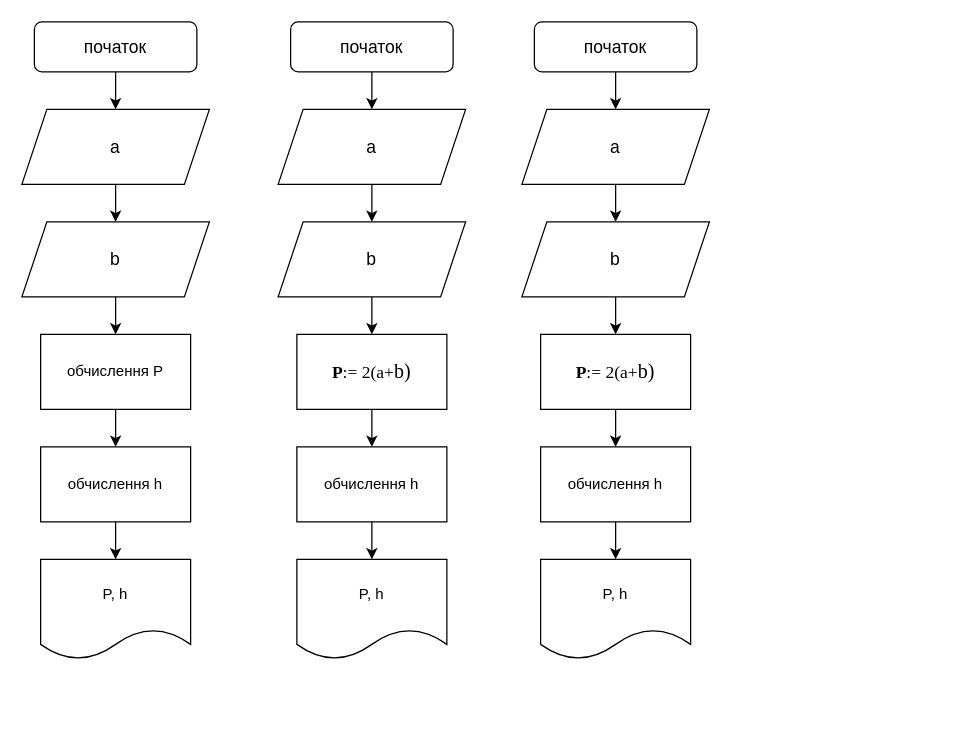
Above: Untitled Diagram.drawio in gibberishxd/KPI-IP-13-Gogiberidze (draw.io), before the change. Source tidied: cells renumbered, new cells numbered last; positions are measured from the earlier drawing's top-left corner, leaving out a move shared by most shapes. Both pictures are drawn from the tidied source at 125%, with x=0, y=0 at pixel (21, 21).
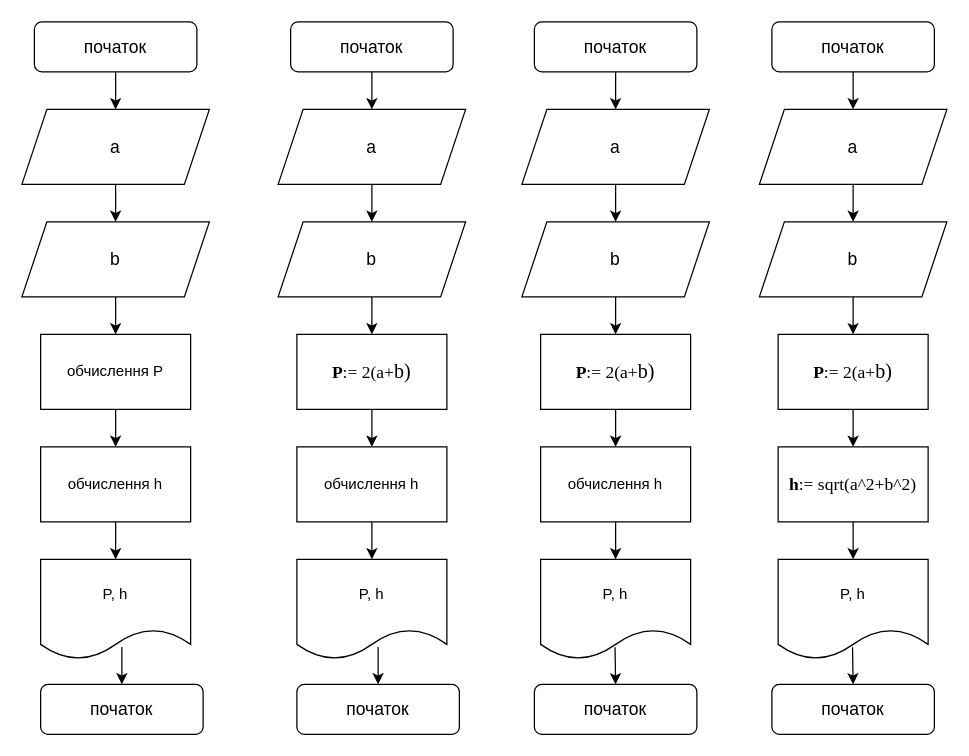
The same diagram, later.

The change refers to these unchanged cells:
```xml
<mxCell id="34" value="P, h" style="shape=document;whiteSpace=wrap;html=1;boundedLbl=1;" parent="1" vertex="1">
  <mxGeometry x="415" y="430" width="120" height="80" as="geometry" />
</mxCell>
```

Change to the diagram source:
```diff
@@
+    <mxCell id="35" value="&lt;font style=&quot;font-size: 14px&quot;&gt;початок&lt;/font&gt;" style="rounded=1;whiteSpace=wrap;html=1;" parent="1" vertex="1">
+      <mxGeometry x="600" width="130" height="40" as="geometry" />
+    </mxCell>
+    <mxCell id="36" style="endArrow=classic;html=1;exitX=0.5;exitY=1;exitDx=0;exitDy=0;" parent="1" edge="1" source="35">
+      <mxGeometry relative="1" as="geometry">
+        <mxPoint x="665" y="70" as="targetPoint" />
+      </mxGeometry>
+    </mxCell>
+    <mxCell id="37" value="&lt;font style=&quot;font-size: 14px&quot;&gt;а&lt;/font&gt;" style="shape=parallelogram;perimeter=parallelogramPerimeter;whiteSpace=wrap;html=1;fixedSize=1;" parent="1" vertex="1">
+      <mxGeometry x="590" y="70" width="150" height="60" as="geometry" />
+    </mxCell>
+    <mxCell id="38" style="endArrow=classic;html=1;exitX=0.5;exitY=1;exitDx=0;exitDy=0;" parent="1" edge="1" source="37">
+      <mxGeometry relative="1" as="geometry">
+        <mxPoint x="665" y="160" as="targetPoint" />
+      </mxGeometry>
+    </mxCell>
+    <mxCell id="39" value="&lt;span style=&quot;font-size: 14px&quot;&gt;b&lt;/span&gt;" style="shape=parallelogram;perimeter=parallelogramPerimeter;whiteSpace=wrap;html=1;fixedSize=1;" parent="1" vertex="1">
+      <mxGeometry x="590" y="160" width="150" height="60" as="geometry" />
+    </mxCell>
+    <mxCell id="40" style="endArrow=classic;html=1;exitX=0.5;exitY=1;exitDx=0;exitDy=0;" parent="1" edge="1" source="39">
+      <mxGeometry relative="1" as="geometry">
+        <mxPoint x="665" y="250" as="targetPoint" />
+      </mxGeometry>
+    </mxCell>
+    <mxCell id="41" style="edgeStyle=orthogonalEdgeStyle;rounded=0;jettySize=auto;html=1;exitX=0.5;exitY=1;exitDx=0;exitDy=0;entryX=0.5;entryY=0;entryDx=0;entryDy=0;" parent="1" edge="1" source="42" target="44">
+      <mxGeometry relative="1" as="geometry" />
+    </mxCell>
+    <mxCell id="42" value="&lt;p class=&quot;MsoNormal&quot; style=&quot;margin: 0cm ; text-indent: 0cm ; line-height: 17.1200008392334px ; font-family: &amp;#34;times new roman&amp;#34; , serif&quot;&gt;&lt;font style=&quot;font-size: 14px&quot;&gt;&lt;b&gt;&lt;span lang=&quot;EN-US&quot; style=&quot;line-height: 19.97333335876465px&quot;&gt;P&lt;/span&gt;&lt;/b&gt;&lt;span lang=&quot;EN-US&quot; style=&quot;line-height: 19.97333335876465px&quot;&gt;:=&lt;/span&gt;&lt;span lang=&quot;EN-US&quot; style=&quot;line-height: 19.97333335876465px&quot;&gt;&amp;nbsp;&lt;/span&gt;&lt;span lang=&quot;RU&quot; style=&quot;line-height: 19.97333335876465px&quot;&gt;2(&lt;/span&gt;&lt;span lang=&quot;EN-US&quot; style=&quot;line-height: 19.97333335876465px&quot;&gt;a&lt;/span&gt;&lt;span lang=&quot;RU&quot; style=&quot;line-height: 19.97333335876465px&quot;&gt;+&lt;/span&gt;&lt;/font&gt;&lt;span lang=&quot;EN-US&quot; style=&quot;line-height: 19.97333335876465px&quot;&gt;&lt;font size=&quot;3&quot;&gt;b)&lt;/font&gt;&lt;font size=&quot;4&quot;&gt;&lt;/font&gt;&lt;/span&gt;&lt;/p&gt;" style="rounded=0;whiteSpace=wrap;html=1;" parent="1" vertex="1">
+      <mxGeometry x="605" y="250" width="120" height="60" as="geometry" />
+    </mxCell>
+    <mxCell id="43" style="edgeStyle=orthogonalEdgeStyle;rounded=0;jettySize=auto;html=1;exitX=0.5;exitY=1;exitDx=0;exitDy=0;entryX=0.5;entryY=0;entryDx=0;entryDy=0;" parent="1" edge="1" source="44" target="45">
+      <mxGeometry relative="1" as="geometry" />
+    </mxCell>
+    <mxCell id="44" value="&lt;font style=&quot;font-size: 14px&quot;&gt;&lt;b&gt;&lt;span lang=&quot;EN-US&quot; style=&quot;line-height: 20.719999313354492px ; font-family: &amp;#34;times new roman&amp;#34; , serif&quot;&gt;h&lt;/span&gt;&lt;/b&gt;&lt;span lang=&quot;EN-US&quot; style=&quot;line-height: 20.719999313354492px ; font-family: &amp;#34;times new roman&amp;#34; , serif&quot;&gt;:=&amp;nbsp;sqrt(a^2+b^2)&lt;/span&gt;&lt;/font&gt;&lt;span style=&quot;font-size: medium&quot;&gt;&lt;/span&gt;" style="rounded=0;whiteSpace=wrap;html=1;" parent="1" vertex="1">
+      <mxGeometry x="605" y="340" width="120" height="60" as="geometry" />
+    </mxCell>
+    <mxCell id="45" value="P, h" style="shape=document;whiteSpace=wrap;html=1;boundedLbl=1;" parent="1" vertex="1">
+      <mxGeometry x="605" y="430" width="120" height="80" as="geometry" />
+    </mxCell>
+    <mxCell id="46" value="&lt;font style=&quot;font-size: 14px&quot;&gt;початок&lt;/font&gt;" style="rounded=1;whiteSpace=wrap;html=1;" parent="1" vertex="1">
+      <mxGeometry x="15" y="530" width="130" height="40" as="geometry" />
+    </mxCell>
+    <mxCell id="47" style="endArrow=classic;html=1;entryX=0.5;entryY=0;entryDx=0;entryDy=0;" parent="1" edge="1" target="46">
+      <mxGeometry relative="1" as="geometry">
+        <mxPoint x="80" y="500" as="sourcePoint" />
+      </mxGeometry>
+    </mxCell>
+    <mxCell id="48" value="&lt;font style=&quot;font-size: 14px&quot;&gt;початок&lt;/font&gt;" style="rounded=1;whiteSpace=wrap;html=1;" parent="1" vertex="1">
+      <mxGeometry x="220" y="530" width="130" height="40" as="geometry" />
+    </mxCell>
+    <mxCell id="49" value="&lt;font style=&quot;font-size: 14px&quot;&gt;початок&lt;/font&gt;" style="rounded=1;whiteSpace=wrap;html=1;" parent="1" vertex="1">
+      <mxGeometry x="410" y="530" width="130" height="40" as="geometry" />
+    </mxCell>
+    <mxCell id="50" value="&lt;font style=&quot;font-size: 14px&quot;&gt;початок&lt;/font&gt;" style="rounded=1;whiteSpace=wrap;html=1;" parent="1" vertex="1">
+      <mxGeometry x="600" y="530" width="130" height="40" as="geometry" />
+    </mxCell>
+    <mxCell id="51" style="endArrow=classic;html=1;entryX=0.5;entryY=0;entryDx=0;entryDy=0;" parent="1" edge="1" target="48">
+      <mxGeometry relative="1" as="geometry">
+        <mxPoint x="285" y="500" as="sourcePoint" />
+      </mxGeometry>
+    </mxCell>
+    <mxCell id="52" style="endArrow=classic;html=1;exitX=0.496;exitY=0.879;exitDx=0;exitDy=0;exitPerimeter=0;" parent="1" edge="1" source="34">
+      <mxGeometry relative="1" as="geometry">
+        <mxPoint x="475" y="530" as="targetPoint" />
+      </mxGeometry>
+    </mxCell>
+    <mxCell id="53" style="endArrow=classic;html=1;entryX=0.5;entryY=0;entryDx=0;entryDy=0;exitX=0.496;exitY=0.879;exitDx=0;exitDy=0;exitPerimeter=0;" parent="1" edge="1" source="45" target="50">
+      <mxGeometry relative="1" as="geometry" />
+    </mxCell>
```
